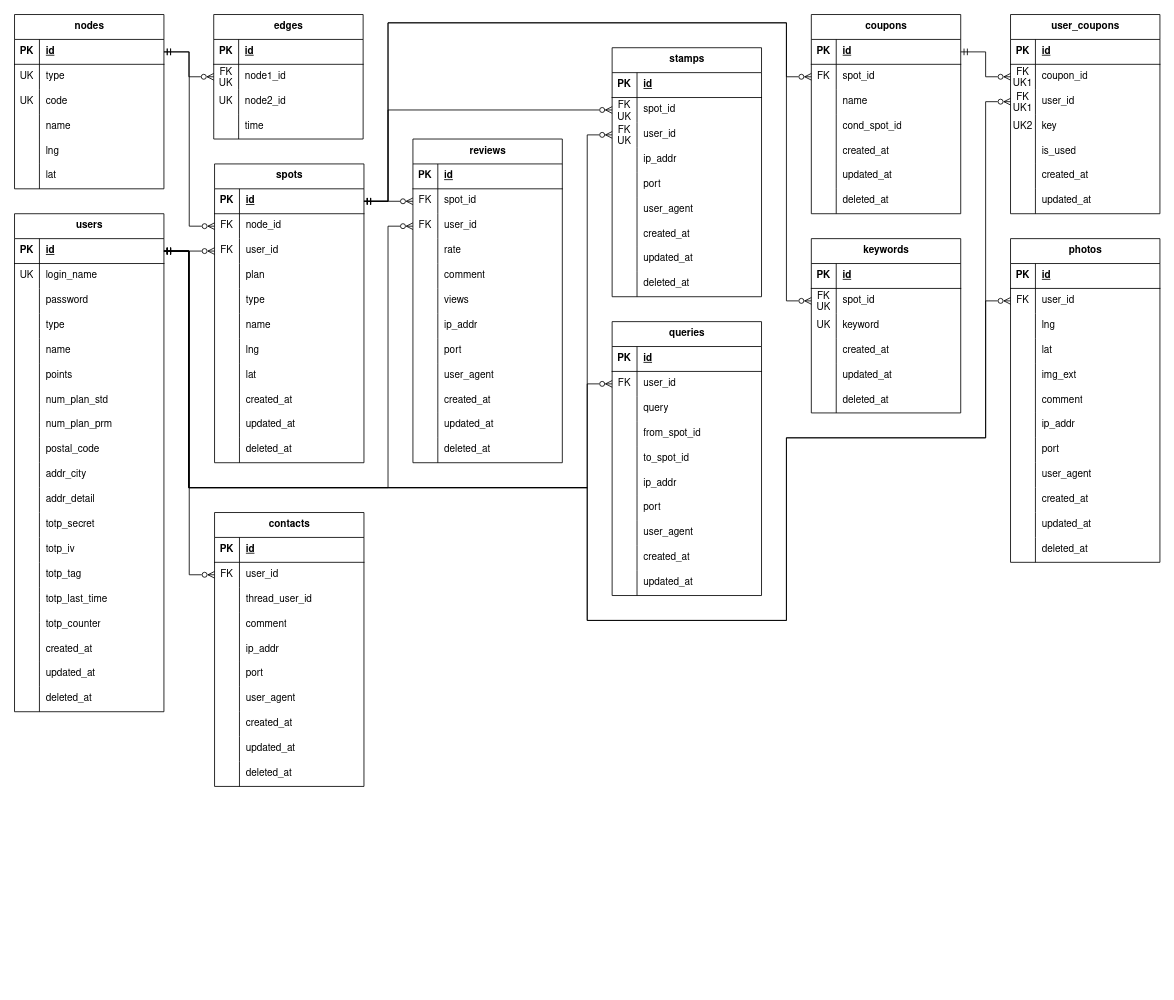
Before: docs/figure/gaibu-er.drawio in r02092/se2025, a draw.io diagram. Source tidied: cells renumbered, new cells numbered last; positions are measured from the earlier drawing's top-left corner, leaving out a move shared by most shapes. Both pictures are drawn from the tidied source at 83%, with x=0, y=0 at pixel (14, 14).
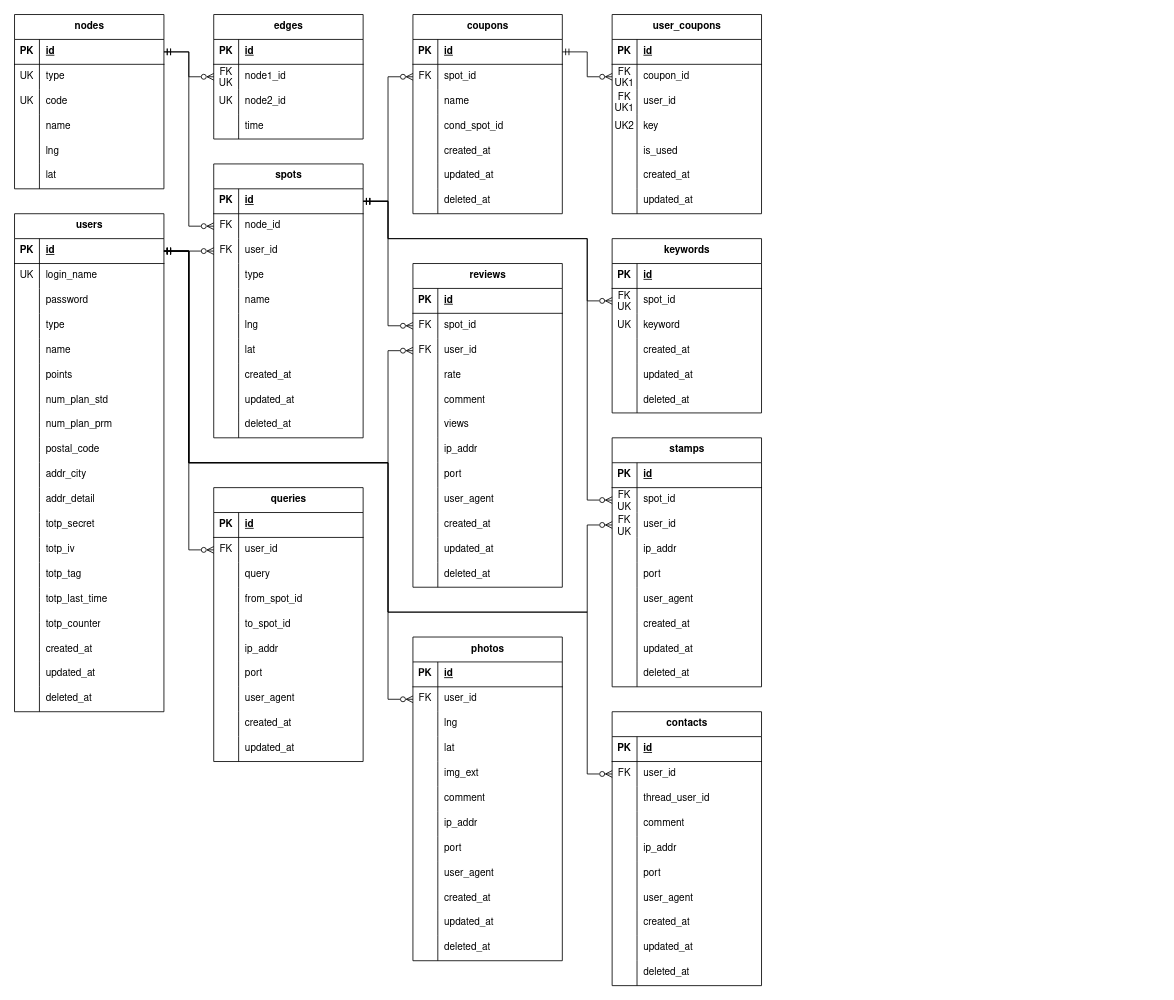
After the change.

Commit message (it also covers changes not shown here):
ER図のレイアウトを変更

縦に長くすることでより図を大きく配置できるように

The change refers to these unchanged cells:
```xml
<mxCell id="36" style="shape=tableRow;horizontal=0;startSize=0;swimlaneHead=0;swimlaneBody=0;fillColor=none;points=[[0,0.5],[1,0.5]];portConstraint=eastwest;top=0;left=0;right=0;bottom=1;fontFamily=Nimbus Sans;" parent="35" vertex="1">
  <mxGeometry y="30" width="180" height="30" as="geometry" />
</mxCell>
<mxCell id="71" style="shape=tableRow;horizontal=0;startSize=0;swimlaneHead=0;swimlaneBody=0;fillColor=none;points=[[0,0.5],[1,0.5]];portConstraint=eastwest;top=0;left=0;right=0;bottom=1;fontFamily=Nimbus Sans;" parent="70" vertex="1">
  <mxGeometry y="30" width="180" height="30" as="geometry" />
</mxCell>
<mxCell id="132" style="shape=tableRow;horizontal=0;startSize=0;swimlaneHead=0;swimlaneBody=0;fillColor=none;points=[[0,0.5],[1,0.5]];portConstraint=eastwest;top=0;left=0;right=0;bottom=0;fontFamily=Nimbus Sans;" parent="128" vertex="1">
  <mxGeometry y="60" width="180" height="30" as="geometry" />
</mxCell>
<mxCell id="135" style="shape=tableRow;horizontal=0;startSize=0;swimlaneHead=0;swimlaneBody=0;fillColor=none;points=[[0,0.5],[1,0.5]];portConstraint=eastwest;top=0;left=0;right=0;bottom=0;fontFamily=Nimbus Sans;" parent="128" vertex="1">
  <mxGeometry y="90" width="180" height="30" as="geometry" />
</mxCell>
<mxCell id="169" style="shape=tableRow;horizontal=0;startSize=0;swimlaneHead=0;swimlaneBody=0;fillColor=none;points=[[0,0.5],[1,0.5]];portConstraint=eastwest;top=0;left=0;right=0;bottom=0;fontFamily=Nimbus Sans;" parent="165" vertex="1">
  <mxGeometry y="60" width="180" height="30" as="geometry" />
</mxCell>
<mxCell id="207" style="shape=tableRow;horizontal=0;startSize=0;swimlaneHead=0;swimlaneBody=0;fillColor=none;points=[[0,0.5],[1,0.5]];portConstraint=eastwest;top=0;left=0;right=0;bottom=0;fontFamily=Nimbus Sans;" parent="203" vertex="1">
  <mxGeometry y="60" width="180" height="30" as="geometry" />
</mxCell>
<mxCell id="210" style="shape=tableRow;horizontal=0;startSize=0;swimlaneHead=0;swimlaneBody=0;fillColor=none;points=[[0,0.5],[1,0.5]];portConstraint=eastwest;top=0;left=0;right=0;bottom=0;fontFamily=Nimbus Sans;" parent="203" vertex="1">
  <mxGeometry y="90" width="180" height="30" as="geometry" />
</mxCell>
<mxCell id="240" style="shape=tableRow;horizontal=0;startSize=0;swimlaneHead=0;swimlaneBody=0;fillColor=none;points=[[0,0.5],[1,0.5]];portConstraint=eastwest;top=0;left=0;right=0;bottom=0;fontFamily=Nimbus Sans;" parent="236" vertex="1">
  <mxGeometry y="60" width="180" height="30" as="geometry" />
</mxCell>
<mxCell id="266" style="shape=tableRow;horizontal=0;startSize=0;swimlaneHead=0;swimlaneBody=0;fillColor=none;points=[[0,0.5],[1,0.5]];portConstraint=eastwest;top=0;left=0;right=0;bottom=0;fontFamily=Nimbus Sans;" parent="259" vertex="1">
  <mxGeometry y="90" width="180" height="30" as="geometry" />
</mxCell>
<mxCell id="287" style="shape=tableRow;horizontal=0;startSize=0;swimlaneHead=0;swimlaneBody=0;fillColor=none;points=[[0,0.5],[1,0.5]];portConstraint=eastwest;top=0;left=0;right=0;bottom=0;fontFamily=Nimbus Sans;" parent="283" vertex="1">
  <mxGeometry y="60" width="180" height="30" as="geometry" />
</mxCell>
<mxCell id="319" style="shape=tableRow;horizontal=0;startSize=0;swimlaneHead=0;swimlaneBody=0;fillColor=none;points=[[0,0.5],[1,0.5]];portConstraint=eastwest;top=0;left=0;right=0;bottom=0;fontFamily=Nimbus Sans;" parent="315" vertex="1">
  <mxGeometry y="60" width="180" height="30" as="geometry" />
</mxCell>
<mxCell id="339" style="shape=tableRow;horizontal=0;startSize=0;swimlaneHead=0;swimlaneBody=0;fillColor=none;points=[[0,0.5],[1,0.5]];portConstraint=eastwest;top=0;left=0;right=0;bottom=0;fontFamily=Nimbus Sans;" parent="335" vertex="1">
  <mxGeometry y="60" width="180" height="30" as="geometry" />
</mxCell>
```

Change to the diagram source:
```diff
@@
     <mxCell id="35" value="spots" style="shape=table;startSize=30;childLayout=tableLayout;rowLines=0;fontStyle=1;align=center;html=1;fontFamily=Nimbus Sans;" parent="1" vertex="1">
-      <mxGeometry x="241" y="180" width="180" height="360" as="geometry" />
+      <mxGeometry x="240" y="180" width="180" height="330" as="geometry" />
     </mxCell>
@@
-    <mxCell id="45" style="shape=tableRow;horizontal=0;startSize=0;swimlaneHead=0;swimlaneBody=0;fillColor=none;top=0;left=0;right=0;bottom=0;fontFamily=Nimbus Sans;" parent="35" vertex="1">
-      <mxGeometry y="120" width="180" height="30" as="geometry" />
-    </mxCell>
-    <mxCell id="46" style="shape=partialRectangle;fillColor=none;top=0;left=0;bottom=0;right=0;overflow=hidden;whiteSpace=wrap;html=1;fontFamily=Nimbus Sans;" parent="45" vertex="1">
-      <mxGeometry width="30" height="30" as="geometry" />
-    </mxCell>
-    <mxCell id="47" value="plan" style="shape=partialRectangle;fillColor=none;top=0;left=0;bottom=0;right=0;align=left;spacingLeft=6;overflow=hidden;whiteSpace=wrap;html=1;fontFamily=Nimbus Sans;" parent="45" vertex="1">
-      <mxGeometry x="30" width="150" height="30" as="geometry" />
-    </mxCell>
     <mxCell id="48" style="shape=tableRow;horizontal=0;startSize=0;swimlaneHead=0;swimlaneBody=0;fillColor=none;top=0;left=0;right=0;bottom=0;fontFamily=Nimbus Sans;" parent="35" vertex="1">
-      <mxGeometry y="150" width="180" height="30" as="geometry" />
+      <mxGeometry y="120" width="180" height="30" as="geometry" />
     </mxCell>
@@
     <mxCell id="51" style="shape=tableRow;horizontal=0;startSize=0;swimlaneHead=0;swimlaneBody=0;fillColor=none;top=0;left=0;right=0;bottom=0;fontFamily=Nimbus Sans;" parent="35" vertex="1">
-      <mxGeometry y="180" width="180" height="30" as="geometry" />
+      <mxGeometry y="150" width="180" height="30" as="geometry" />
     </mxCell>
@@
     <mxCell id="54" style="shape=tableRow;horizontal=0;startSize=0;swimlaneHead=0;swimlaneBody=0;fillColor=none;top=0;left=0;right=0;bottom=0;fontFamily=Nimbus Sans;" parent="35" vertex="1">
-      <mxGeometry y="210" width="180" height="30" as="geometry" />
+      <mxGeometry y="180" width="180" height="30" as="geometry" />
     </mxCell>
@@
     <mxCell id="57" style="shape=tableRow;horizontal=0;startSize=0;swimlaneHead=0;swimlaneBody=0;fillColor=none;top=0;left=0;right=0;bottom=0;fontFamily=Nimbus Sans;" parent="35" vertex="1">
-      <mxGeometry y="240" width="180" height="30" as="geometry" />
+      <mxGeometry y="210" width="180" height="30" as="geometry" />
     </mxCell>
@@
     <mxCell id="60" style="shape=tableRow;horizontal=0;startSize=0;swimlaneHead=0;swimlaneBody=0;fillColor=none;top=0;left=0;right=0;bottom=0;fontFamily=Nimbus Sans;" parent="35" vertex="1">
-      <mxGeometry y="270" width="180" height="30" as="geometry" />
+      <mxGeometry y="240" width="180" height="30" as="geometry" />
     </mxCell>
@@
     <mxCell id="63" style="shape=tableRow;horizontal=0;startSize=0;swimlaneHead=0;swimlaneBody=0;fillColor=none;top=0;left=0;right=0;bottom=0;fontFamily=Nimbus Sans;" parent="35" vertex="1">
-      <mxGeometry y="300" width="180" height="30" as="geometry" />
+      <mxGeometry y="270" width="180" height="30" as="geometry" />
     </mxCell>
@@
     <mxCell id="66" style="shape=tableRow;horizontal=0;startSize=0;swimlaneHead=0;swimlaneBody=0;fillColor=none;top=0;left=0;right=0;bottom=0;fontFamily=Nimbus Sans;" parent="35" vertex="1">
-      <mxGeometry y="330" width="180" height="30" as="geometry" />
+      <mxGeometry y="300" width="180" height="30" as="geometry" />
     </mxCell>
@@
     <mxCell id="128" value="reviews" style="shape=table;startSize=30;childLayout=tableLayout;rowLines=0;fontStyle=1;align=center;html=1;fontFamily=Nimbus Sans;" parent="1" vertex="1">
-      <mxGeometry x="480" y="150" width="180" height="390" as="geometry" />
+      <mxGeometry x="480" y="300" width="180" height="390" as="geometry" />
     </mxCell>
@@
     <mxCell id="165" value="photos" style="shape=table;startSize=30;childLayout=tableLayout;rowLines=0;fontStyle=1;align=center;html=1;fontFamily=Nimbus Sans;" parent="1" vertex="1">
-      <mxGeometry x="1200" y="270" width="180" height="390" as="geometry" />
+      <mxGeometry x="480" y="750" width="180" height="390" as="geometry" />
     </mxCell>
@@
     <mxCell id="203" value="stamps" style="shape=table;startSize=30;childLayout=tableLayout;rowLines=0;fontStyle=1;align=center;html=1;fontFamily=Nimbus Sans;" parent="1" vertex="1">
-      <mxGeometry x="720" y="40" width="180" height="300" as="geometry" />
+      <mxGeometry x="720" y="510" width="180" height="300" as="geometry" />
     </mxCell>
@@
-    <mxCell id="231" style="edgeStyle=orthogonalEdgeStyle;rounded=0;jettySize=auto;html=1;exitX=1;exitY=0.5;exitDx=0;exitDy=0;startArrow=ERmandOne;startFill=0;endArrow=ERzeroToMany;endFill=0;entryX=0;entryY=0.5;entryDx=0;entryDy=0;" parent="1" edge="1" source="71" target="169">
-      <mxGeometry relative="1" as="geometry">
-        <Array as="points">
-          <mxPoint x="210" y="285" />
-          <mxPoint x="210" y="570" />
-          <mxPoint x="690" y="570" />
-          <mxPoint x="690" y="730" />
-          <mxPoint x="930" y="730" />
-          <mxPoint x="930" y="510" />
-          <mxPoint x="1170" y="510" />
-          <mxPoint x="1170" y="345" />
-        </Array>
-      </mxGeometry>
-    </mxCell>
-    <mxCell id="232" style="edgeStyle=orthogonalEdgeStyle;rounded=0;jettySize=auto;html=1;exitX=1;exitY=0.5;exitDx=0;exitDy=0;entryX=0;entryY=0.5;entryDx=0;entryDy=0;startArrow=ERmandOne;startFill=0;endArrow=ERzeroToMany;endFill=0;" parent="1" edge="1" source="36" target="132">
-      <mxGeometry relative="1" as="geometry" />
-    </mxCell>
-    <mxCell id="233" style="edgeStyle=orthogonalEdgeStyle;rounded=0;jettySize=auto;html=1;exitX=1;exitY=0.5;exitDx=0;exitDy=0;entryX=0;entryY=0.5;entryDx=0;entryDy=0;startArrow=ERmandOne;startFill=0;endArrow=ERzeroToMany;endFill=0;" parent="1" edge="1" source="36" target="207">
-      <mxGeometry relative="1" as="geometry">
-        <Array as="points">
-          <mxPoint x="450" y="225" />
-          <mxPoint x="450" y="115" />
-        </Array>
-      </mxGeometry>
-    </mxCell>
-    <mxCell id="234" style="edgeStyle=orthogonalEdgeStyle;rounded=0;jettySize=auto;html=1;exitX=1;exitY=0.5;exitDx=0;exitDy=0;entryX=0;entryY=0.5;entryDx=0;entryDy=0;startArrow=ERmandOne;startFill=0;endArrow=ERzeroToMany;endFill=0;" parent="1" edge="1" source="71" target="135">
-      <mxGeometry relative="1" as="geometry">
-        <Array as="points">
-          <mxPoint x="210" y="285" />
-          <mxPoint x="210" y="570" />
-          <mxPoint x="450" y="570" />
-          <mxPoint x="450" y="255" />
-        </Array>
-      </mxGeometry>
-    </mxCell>
-    <mxCell id="235" style="edgeStyle=orthogonalEdgeStyle;rounded=0;jettySize=auto;html=1;exitX=1;exitY=0.5;exitDx=0;exitDy=0;entryX=0;entryY=0.5;entryDx=0;entryDy=0;startArrow=ERmandOne;startFill=0;endArrow=ERzeroToMany;endFill=0;" parent="1" edge="1" source="71" target="210">
-      <mxGeometry relative="1" as="geometry">
-        <Array as="points">
-          <mxPoint x="210" y="285" />
-          <mxPoint x="210" y="570" />
-          <mxPoint x="690" y="570" />
-          <mxPoint x="690" y="145" />
-        </Array>
-      </mxGeometry>
-    </mxCell>
     <mxCell id="236" value="coupons" style="shape=table;startSize=30;childLayout=tableLayout;rowLines=0;fontStyle=1;align=center;html=1;fontFamily=Nimbus Sans;" parent="1" vertex="1">
-      <mxGeometry x="960" width="180" height="240" as="geometry" />
+      <mxGeometry x="480" width="180" height="240" as="geometry" />
     </mxCell>
@@
-    <mxCell id="258" style="edgeStyle=orthogonalEdgeStyle;rounded=0;jettySize=auto;html=1;exitX=1;exitY=0.5;exitDx=0;exitDy=0;entryX=0;entryY=0.5;entryDx=0;entryDy=0;startArrow=ERmandOne;startFill=0;endArrow=ERzeroToMany;endFill=0;" parent="1" edge="1" source="36" target="240">
-      <mxGeometry relative="1" as="geometry">
-        <Array as="points">
-          <mxPoint x="450" y="225" />
-          <mxPoint x="450" y="10" />
-          <mxPoint x="930" y="10" />
-          <mxPoint x="930" y="75" />
-        </Array>
-      </mxGeometry>
-    </mxCell>
     <mxCell id="259" value="user_coupons" style="shape=table;startSize=30;childLayout=tableLayout;rowLines=0;fontStyle=1;align=center;html=1;fontFamily=Nimbus Sans;" parent="1" vertex="1">
-      <mxGeometry x="1200" width="180" height="240" as="geometry" />
+      <mxGeometry x="720" width="180" height="240" as="geometry" />
     </mxCell>
@@
-    <mxCell id="282" style="edgeStyle=orthogonalEdgeStyle;rounded=0;jettySize=auto;html=1;exitX=1;exitY=0.5;exitDx=0;exitDy=0;entryX=0;entryY=0.5;entryDx=0;entryDy=0;startArrow=ERmandOne;startFill=0;endArrow=ERzeroToMany;endFill=0;" parent="1" edge="1" source="71" target="266">
-      <mxGeometry relative="1" as="geometry">
-        <Array as="points">
-          <mxPoint x="210" y="285" />
-          <mxPoint x="210" y="570" />
-          <mxPoint x="690" y="570" />
-          <mxPoint x="690" y="730" />
-          <mxPoint x="930" y="730" />
-          <mxPoint x="930" y="510" />
-          <mxPoint x="1170" y="510" />
-          <mxPoint x="1170" y="105" />
-        </Array>
-      </mxGeometry>
-    </mxCell>
     <mxCell id="283" value="queries" style="shape=table;startSize=30;childLayout=tableLayout;rowLines=0;fontStyle=1;align=center;html=1;fontFamily=Nimbus Sans;" parent="1" vertex="1">
-      <mxGeometry x="720" y="370" width="180" height="330" as="geometry" />
+      <mxGeometry x="240" y="570" width="180" height="330" as="geometry" />
     </mxCell>
@@
-    <mxCell id="314" style="edgeStyle=orthogonalEdgeStyle;rounded=0;jettySize=auto;html=1;exitX=1;exitY=0.5;exitDx=0;exitDy=0;entryX=0;entryY=0.5;entryDx=0;entryDy=0;startArrow=ERmandOne;startFill=0;endArrow=ERzeroToMany;endFill=0;" parent="1" edge="1" source="71" target="287">
-      <mxGeometry relative="1" as="geometry">
-        <Array as="points">
-          <mxPoint x="210" y="285" />
-          <mxPoint x="210" y="570" />
-          <mxPoint x="690" y="570" />
-          <mxPoint x="690" y="445" />
-        </Array>
-      </mxGeometry>
-    </mxCell>
     <mxCell id="315" value="keywords" style="shape=table;startSize=30;childLayout=tableLayout;rowLines=0;fontStyle=1;align=center;html=1;fontFamily=Nimbus Sans;" parent="1" vertex="1">
-      <mxGeometry x="960" y="270" width="180" height="210" as="geometry" />
+      <mxGeometry x="720" y="270" width="180" height="210" as="geometry" />
     </mxCell>
@@
-    <mxCell id="334" style="edgeStyle=orthogonalEdgeStyle;rounded=0;jettySize=auto;html=1;exitX=1;exitY=0.5;exitDx=0;exitDy=0;entryX=0;entryY=0.5;entryDx=0;entryDy=0;startArrow=ERmandOne;startFill=0;endArrow=ERzeroToMany;endFill=0;" parent="1" edge="1" source="36" target="319">
-      <mxGeometry relative="1" as="geometry">
-        <Array as="points">
-          <mxPoint x="450" y="225" />
-          <mxPoint x="450" y="10" />
-          <mxPoint x="930" y="10" />
-          <mxPoint x="930" y="345" />
-        </Array>
-      </mxGeometry>
-    </mxCell>
     <mxCell id="335" value="contacts" style="shape=table;startSize=30;childLayout=tableLayout;rowLines=0;fontStyle=1;align=center;html=1;fontFamily=Nimbus Sans;" parent="1" vertex="1">
-      <mxGeometry x="241" y="600" width="180" height="330" as="geometry" />
+      <mxGeometry x="720" y="840" width="180" height="330" as="geometry" />
     </mxCell>
@@
+    <mxCell id="314" style="edgeStyle=orthogonalEdgeStyle;rounded=0;jettySize=auto;html=1;exitX=1;exitY=0.5;exitDx=0;exitDy=0;entryX=0;entryY=0.5;entryDx=0;entryDy=0;startArrow=ERmandOne;startFill=0;endArrow=ERzeroToMany;endFill=0;" parent="1" edge="1" source="71" target="287">
+      <mxGeometry relative="1" as="geometry" />
+    </mxCell>
+    <mxCell id="258" style="edgeStyle=orthogonalEdgeStyle;rounded=0;jettySize=auto;html=1;exitX=1;exitY=0.5;exitDx=0;exitDy=0;entryX=0;entryY=0.5;entryDx=0;entryDy=0;startArrow=ERmandOne;startFill=0;endArrow=ERzeroToMany;endFill=0;" parent="1" edge="1" source="36" target="240">
+      <mxGeometry relative="1" as="geometry" />
+    </mxCell>
+    <mxCell id="231" style="edgeStyle=orthogonalEdgeStyle;rounded=0;jettySize=auto;html=1;exitX=1;exitY=0.5;exitDx=0;exitDy=0;entryX=0;entryY=0.5;entryDx=0;entryDy=0;startArrow=ERmandOne;startFill=0;endArrow=ERzeroToMany;endFill=0;" parent="1" edge="1" source="71" target="169">
+      <mxGeometry relative="1" as="geometry">
+        <Array as="points">
+          <mxPoint x="210" y="285" />
+          <mxPoint x="210" y="540" />
+          <mxPoint x="450" y="540" />
+          <mxPoint x="450" y="825" />
+        </Array>
+      </mxGeometry>
+    </mxCell>
+    <mxCell id="232" style="edgeStyle=orthogonalEdgeStyle;rounded=0;jettySize=auto;html=1;exitX=1;exitY=0.5;exitDx=0;exitDy=0;entryX=0;entryY=0.5;entryDx=0;entryDy=0;startArrow=ERmandOne;startFill=0;endArrow=ERzeroToMany;endFill=0;" parent="1" edge="1" source="36" target="132">
+      <mxGeometry relative="1" as="geometry" />
+    </mxCell>
+    <mxCell id="334" style="edgeStyle=orthogonalEdgeStyle;rounded=0;jettySize=auto;html=1;exitX=1;exitY=0.5;exitDx=0;exitDy=0;entryX=0;entryY=0.5;entryDx=0;entryDy=0;startArrow=ERmandOne;startFill=0;endArrow=ERzeroToMany;endFill=0;" parent="1" edge="1" source="36" target="319">
+      <mxGeometry relative="1" as="geometry">
+        <Array as="points">
+          <mxPoint x="450" y="225" />
+          <mxPoint x="450" y="270" />
+          <mxPoint x="690" y="270" />
+          <mxPoint x="690" y="345" />
+        </Array>
+      </mxGeometry>
+    </mxCell>
+    <mxCell id="234" style="edgeStyle=orthogonalEdgeStyle;rounded=0;jettySize=auto;html=1;exitX=1;exitY=0.5;exitDx=0;exitDy=0;entryX=0;entryY=0.5;entryDx=0;entryDy=0;startArrow=ERmandOne;startFill=0;endArrow=ERzeroToMany;endFill=0;" parent="1" edge="1" source="71" target="135">
+      <mxGeometry relative="1" as="geometry">
+        <Array as="points">
+          <mxPoint x="210" y="285" />
+          <mxPoint x="210" y="540" />
+          <mxPoint x="450" y="540" />
+          <mxPoint x="450" y="405" />
+        </Array>
+      </mxGeometry>
+    </mxCell>
+    <mxCell id="235" style="edgeStyle=orthogonalEdgeStyle;rounded=0;jettySize=auto;html=1;exitX=1;exitY=0.5;exitDx=0;exitDy=0;entryX=0;entryY=0.5;entryDx=0;entryDy=0;startArrow=ERmandOne;startFill=0;endArrow=ERzeroToMany;endFill=0;" parent="1" edge="1" source="71" target="210">
+      <mxGeometry relative="1" as="geometry">
+        <Array as="points">
+          <mxPoint x="210" y="285" />
+          <mxPoint x="210" y="540" />
+          <mxPoint x="450" y="540" />
+          <mxPoint x="450" y="720" />
+          <mxPoint x="690" y="720" />
+          <mxPoint x="690" y="615" />
+        </Array>
+      </mxGeometry>
+    </mxCell>
+    <mxCell id="233" style="edgeStyle=orthogonalEdgeStyle;rounded=0;jettySize=auto;html=1;exitX=1;exitY=0.5;exitDx=0;exitDy=0;entryX=0;entryY=0.5;entryDx=0;entryDy=0;startArrow=ERmandOne;startFill=0;endArrow=ERzeroToMany;endFill=0;" parent="1" edge="1" source="36" target="207">
+      <mxGeometry relative="1" as="geometry">
+        <Array as="points">
+          <mxPoint x="450" y="225" />
+          <mxPoint x="450" y="270" />
+          <mxPoint x="690" y="270" />
+          <mxPoint x="690" y="585" />
+        </Array>
+      </mxGeometry>
+    </mxCell>
     <mxCell id="366" style="edgeStyle=orthogonalEdgeStyle;rounded=0;jettySize=auto;html=1;exitX=1;exitY=0.5;exitDx=0;exitDy=0;entryX=0;entryY=0.5;entryDx=0;entryDy=0;startArrow=ERmandOne;startFill=0;endArrow=ERzeroToMany;endFill=0;" parent="1" edge="1" source="71" target="339">
-      <mxGeometry relative="1" as="geometry" />
+      <mxGeometry relative="1" as="geometry">
+        <Array as="points">
+          <mxPoint x="210" y="285" />
+          <mxPoint x="210" y="540" />
+          <mxPoint x="450" y="540" />
+          <mxPoint x="450" y="720" />
+          <mxPoint x="690" y="720" />
+          <mxPoint x="690" y="915" />
+        </Array>
+      </mxGeometry>
     </mxCell>
```
